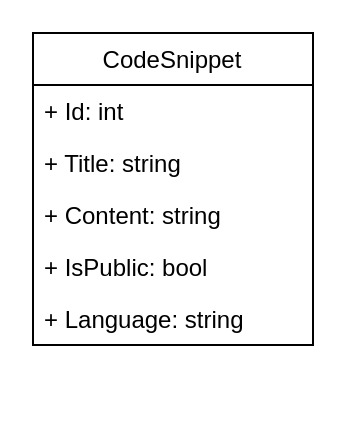
The draw.io diagram documentation/ClassDiagram.drawio in mandelbulber/M151_CodeSnipper, before the edit. Source tidied: cells renumbered, new cells numbered last; positions are measured from the earlier drawing's top-left corner, leaving out a move shared by most shapes. Both pictures are drawn from the tidied source at 200%, with x=0, y=0 at pixel (32, 32).
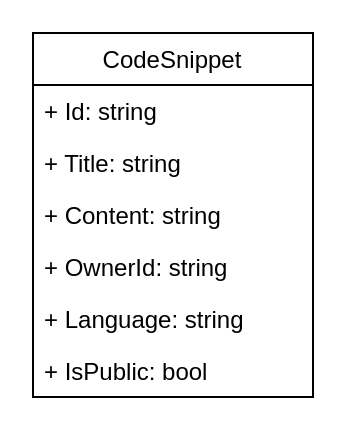
The same page after the edit.

The edit, as a diff of the source:
```diff
@@
 <mxGraphModel>
   <root>
     <mxCell id="0" />
     <mxCell id="1" parent="0" />
     <mxCell id="2" value="CodeSnippet" style="swimlane;fontStyle=0;horizontal=1;startSize=26;fillColor=none;" parent="1" vertex="1">
-      <mxGeometry width="140" height="156" as="geometry" />
+      <mxGeometry width="140" height="182" as="geometry" />
     </mxCell>
-    <mxCell id="3" value="+ Id: int" style="text;strokeColor=none;fillColor=none;align=left;verticalAlign=top;spacingLeft=4;spacingRight=4;overflow=hidden;" parent="2" vertex="1">
+    <mxCell id="3" value="+ Id: string" style="text;strokeColor=none;fillColor=none;align=left;verticalAlign=top;spacingLeft=4;spacingRight=4;overflow=hidden;" parent="2" vertex="1">
       <mxGeometry y="26" width="140" height="26" as="geometry" />
     </mxCell>
     <mxCell id="4" value="+ Title: string" style="text;strokeColor=none;fillColor=none;align=left;verticalAlign=top;spacingLeft=4;spacingRight=4;overflow=hidden;" parent="2" vertex="1">
       <mxGeometry y="52" width="140" height="26" as="geometry" />
     </mxCell>
     <mxCell id="5" value="+ Content: string" style="text;strokeColor=none;fillColor=none;align=left;verticalAlign=top;spacingLeft=4;spacingRight=4;overflow=hidden;" parent="2" vertex="1">
       <mxGeometry y="78" width="140" height="26" as="geometry" />
     </mxCell>
+    <mxCell id="8" value="+ OwnerId: string" style="text;strokeColor=none;fillColor=none;align=left;verticalAlign=top;spacingLeft=4;spacingRight=4;overflow=hidden;" parent="2" vertex="1">
+      <mxGeometry y="104" width="140" height="26" as="geometry" />
+    </mxCell>
+    <mxCell id="7" value="+ Language: string" style="text;strokeColor=none;fillColor=none;align=left;verticalAlign=top;spacingLeft=4;spacingRight=4;overflow=hidden;" parent="2" vertex="1">
+      <mxGeometry y="130" width="140" height="26" as="geometry" />
+    </mxCell>
     <mxCell id="6" value="+ IsPublic: bool" style="text;strokeColor=none;fillColor=none;align=left;verticalAlign=top;spacingLeft=4;spacingRight=4;overflow=hidden;" parent="2" vertex="1">
-      <mxGeometry y="104" width="140" height="26" as="geometry" />
+      <mxGeometry y="156" width="140" height="26" as="geometry" />
     </mxCell>
-    <mxCell id="7" value="+ Language: string" style="text;strokeColor=none;fillColor=none;align=left;verticalAlign=top;spacingLeft=4;spacingRight=4;overflow=hidden;" parent="2" vertex="1">
-      <mxGeometry y="130" width="140" height="26" as="geometry" />
-    </mxCell>
   </root>
 </mxGraphModel>
```
